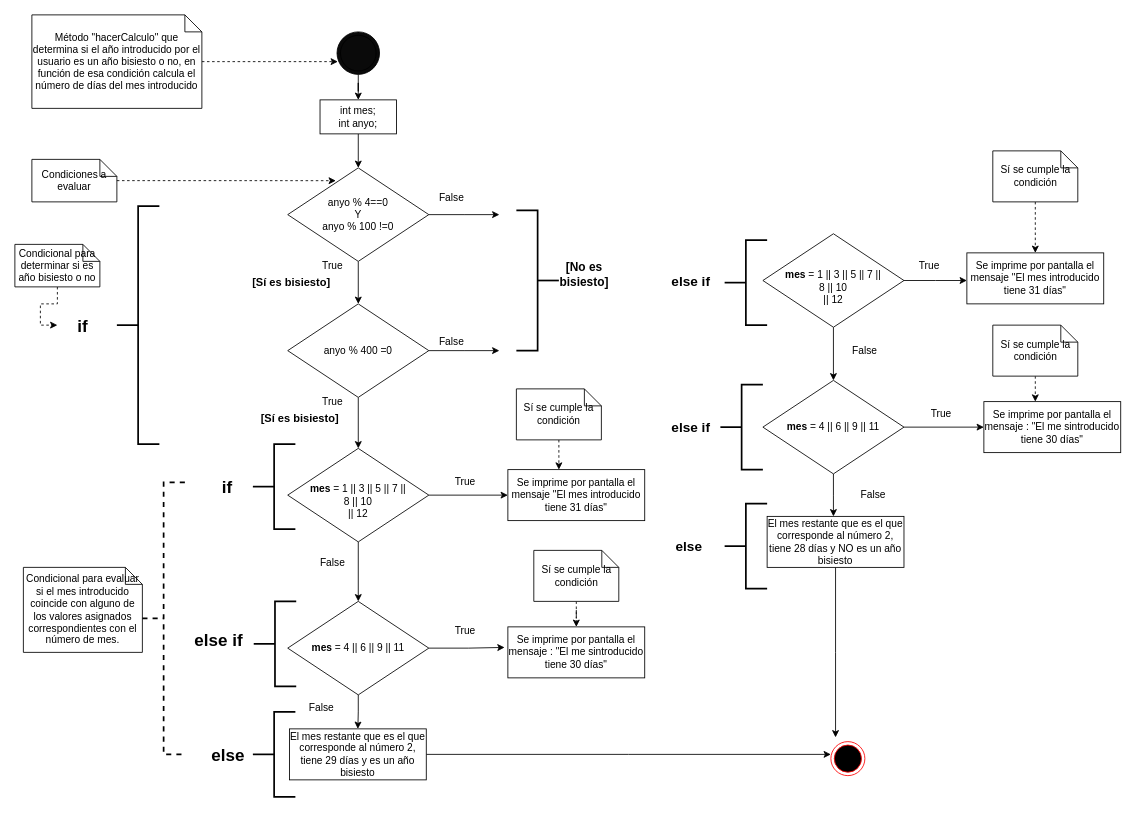
Earlier version of the draw.io diagram page "Página-3" (3 of 3) of DIAGRAMA EJERCICIOMESES.drawio (Jaqueline120170/EjercicioMeses). Source tidied: cells renumbered, new cells numbered last; positions are measured from the earlier drawing's top-left corner, leaving out a move shared by most shapes. Both pictures are drawn from the tidied source at 85%, with x=0, y=0 at pixel (14, 14).
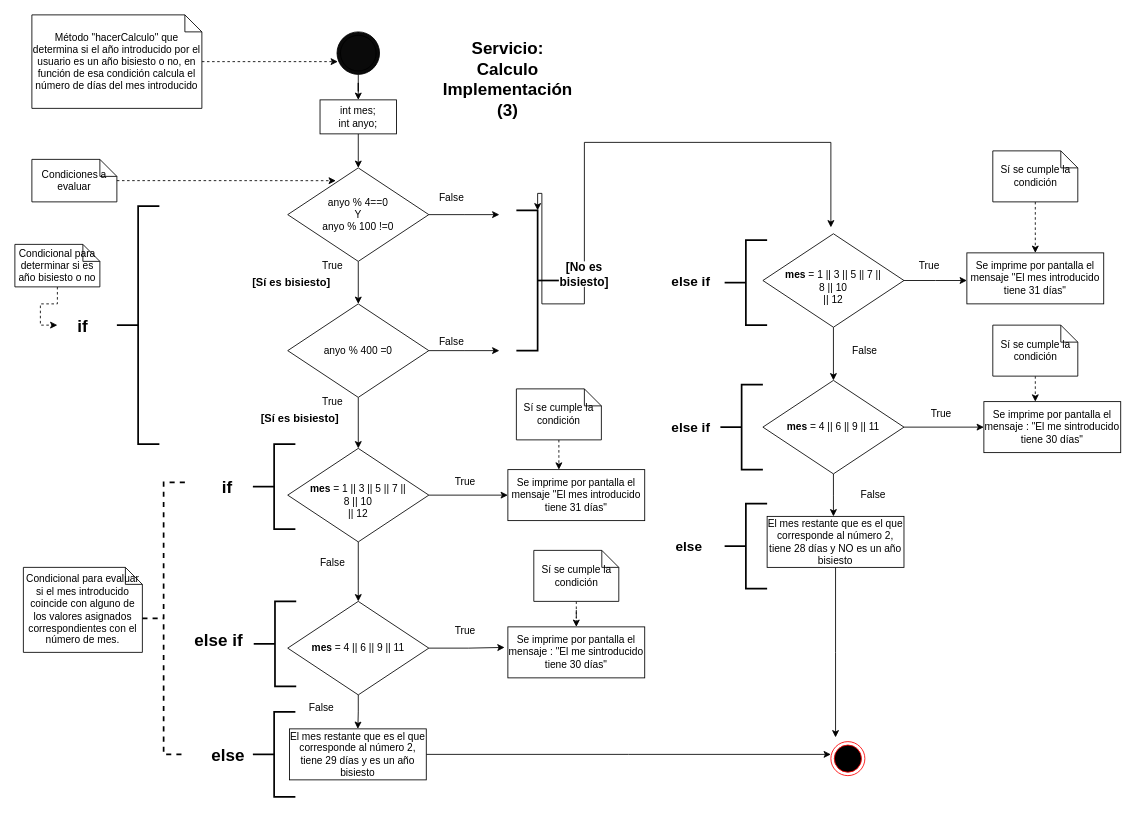
The same diagram, later.

The change refers to these unchanged cells:
```xml
<mxCell id="43" style="strokeWidth=2;html=1;shape=mxgraph.flowchart.annotation_2;align=left;labelPosition=right;rotation=-180;" parent="1" vertex="1">
  <mxGeometry x="590" y="230" width="50" height="165" as="geometry" />
</mxCell>
<mxCell id="44" value="&lt;b&gt;&lt;font style=&quot;font-size: 14px;&quot;&gt;[No es bisiesto]&lt;/font&gt;&lt;/b&gt;" style="text;html=1;strokeColor=none;fillColor=none;align=center;verticalAlign=middle;whiteSpace=wrap;rounded=0;" parent="1" vertex="1">
  <mxGeometry x="640" y="290" width="60" height="30" as="geometry" />
</mxCell>
```

Change to the diagram source:
```diff
@@
+    <mxCell id="79" style="edgeStyle=orthogonalEdgeStyle;rounded=0;jettySize=auto;html=1;" parent="1" edge="1" source="44" target="43">
+      <mxGeometry relative="1" as="geometry" />
+    </mxCell>
+    <mxCell id="80" style="edgeStyle=orthogonalEdgeStyle;rounded=0;jettySize=auto;html=1;" parent="1" edge="1" source="44">
+      <mxGeometry relative="1" as="geometry">
+        <mxPoint x="960" y="250" as="targetPoint" />
+        <Array as="points">
+          <mxPoint x="670" y="150" />
+          <mxPoint x="960" y="150" />
+        </Array>
+      </mxGeometry>
+    </mxCell>
@@
+    <mxCell id="81" value="&lt;div style=&quot;&quot;&gt;&lt;b style=&quot;background-color: initial;&quot;&gt;&lt;font style=&quot;font-size: 20px;&quot;&gt;Servicio: Calculo Implementación (3)&lt;/font&gt;&lt;/b&gt;&lt;/div&gt;" style="text;html=1;strokeColor=none;fillColor=none;align=center;verticalAlign=middle;whiteSpace=wrap;rounded=0;" parent="1" vertex="1">
+      <mxGeometry x="550" y="60" width="60" height="30" as="geometry" />
+    </mxCell>
```
